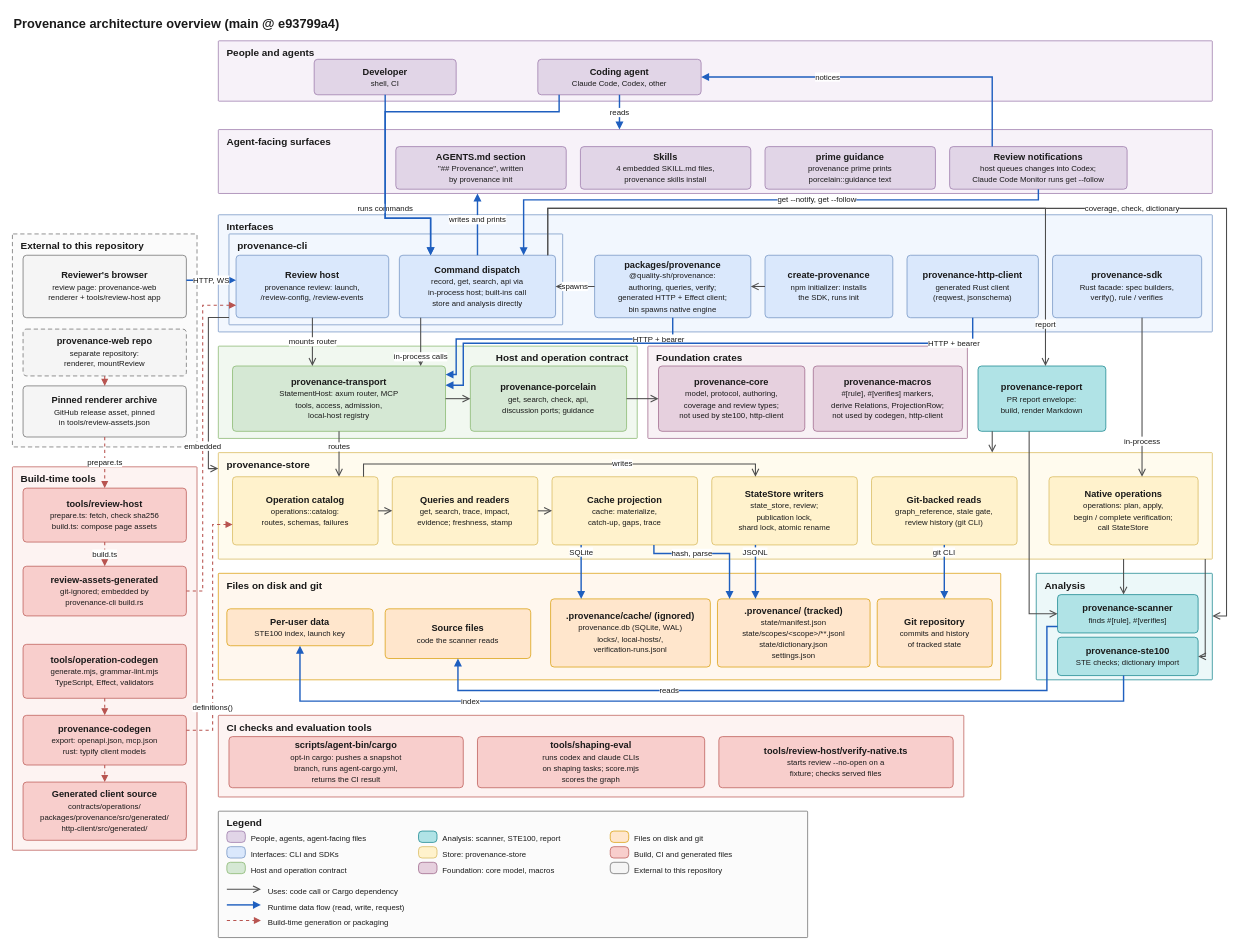
Before: docs/architecture/diagrams/00-overview.drawio in quality-sh/provenance, a draw.io diagram. Source tidied: cells renumbered, new cells numbered last; positions are measured from the earlier drawing's top-left corner, leaving out a move shared by most shapes. Both pictures are drawn from the tidied source at 71%, with x=0, y=0 at pixel (12, 12).
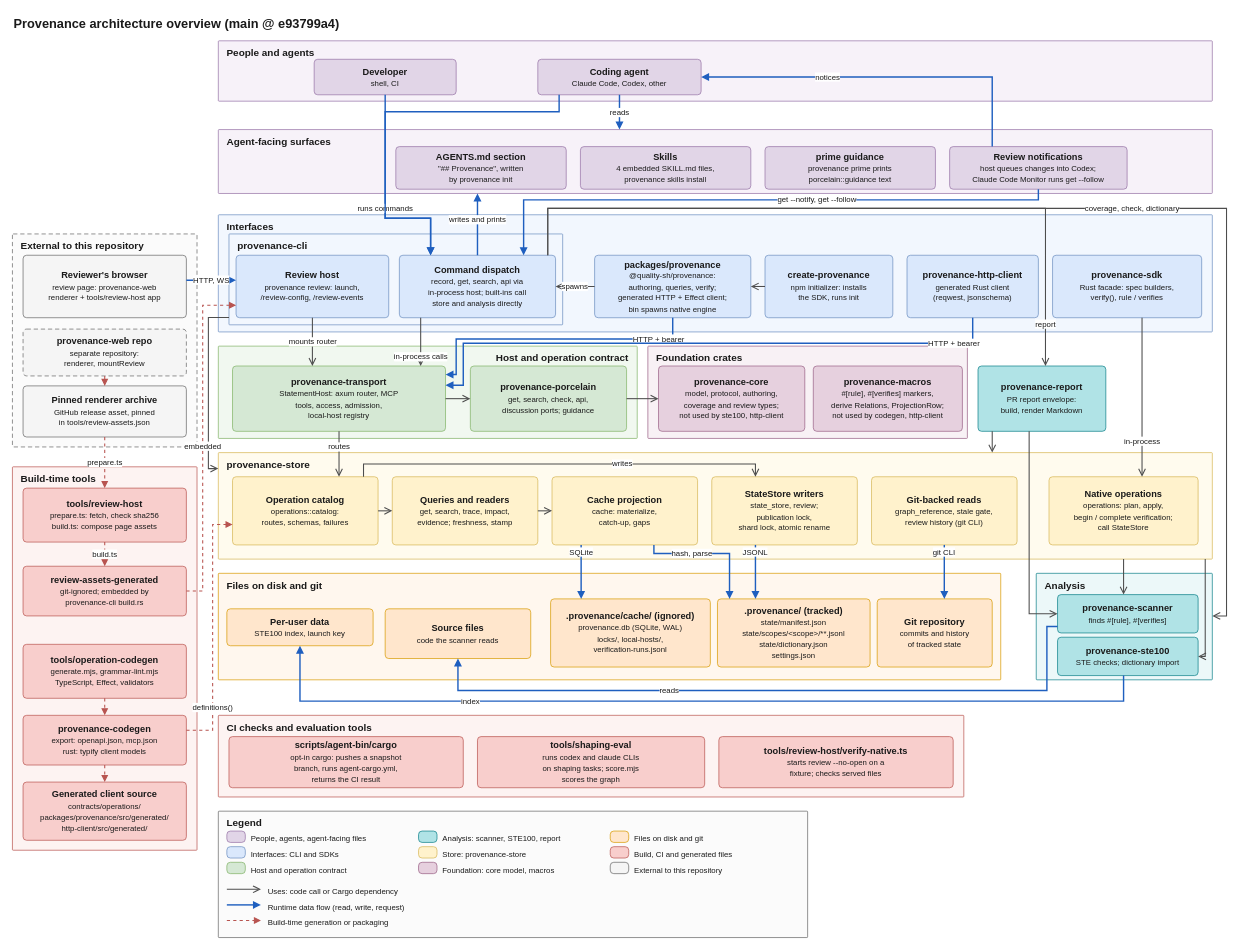
The same page after the edit.

The change refers to these unchanged cells:
```xml
<mxCell id="36" value="provenance-store" style="rounded=1;arcSize=2;absoluteArcSize=1;whiteSpace=wrap;html=1;fillColor=#fffbee;strokeColor=#d6b656;verticalAlign=top;align=left;spacingLeft=10;spacingRight=10;spacingTop=2;fontStyle=1;fontSize=14;fontColor=#1a1a1a;" parent="1" vertex="1">
  <mxGeometry x="290" y="620" width="1400" height="150" as="geometry" />
</mxCell>
```

What changed in the source:
```diff
@@
-    <mxCell id="39" value="&lt;b&gt;Cache projection&lt;/b&gt;&lt;br&gt;&lt;font style=&quot;font-size:11px&quot;&gt;cache: materialize,&lt;br&gt;catch-up, gaps, trace&lt;/font&gt;" style="rounded=1;arcSize=10;absoluteArcSize=1;whiteSpace=wrap;html=1;fillColor=#fff2cc;strokeColor=#d6b656;fontSize=13;fontColor=#1a1a1a;verticalAlign=middle;align=center;spacing=4;" parent="36" vertex="1">
+    <mxCell id="39" value="&lt;b&gt;Cache projection&lt;/b&gt;&lt;br&gt;&lt;font style=&quot;font-size:11px&quot;&gt;cache: materialize,&lt;br&gt;catch-up, gaps&lt;/font&gt;" style="rounded=1;arcSize=10;absoluteArcSize=1;whiteSpace=wrap;html=1;fillColor=#fff2cc;strokeColor=#d6b656;fontSize=13;fontColor=#1a1a1a;verticalAlign=middle;align=center;spacing=4;" parent="36" vertex="1">
       <mxGeometry x="470" y="34" width="205" height="96" as="geometry" />
     </mxCell>
```
